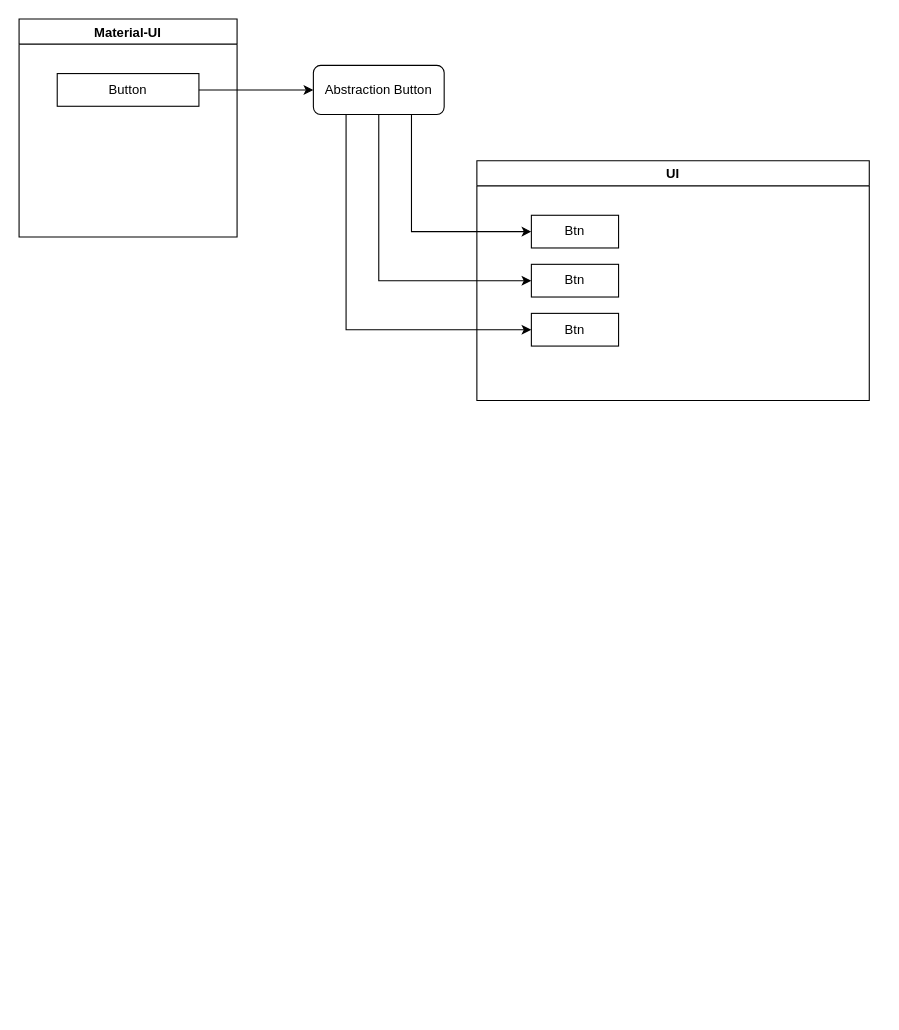
Before: abstraction-example.drawio in joseantunes-celfinet/git-demo, a draw.io diagram. Source tidied: cells renumbered, new cells numbered last; positions are measured from the earlier drawing's top-left corner, leaving out a move shared by most shapes. Both pictures are drawn from the tidied source at 109%, with x=0, y=0 at pixel (19, 19).
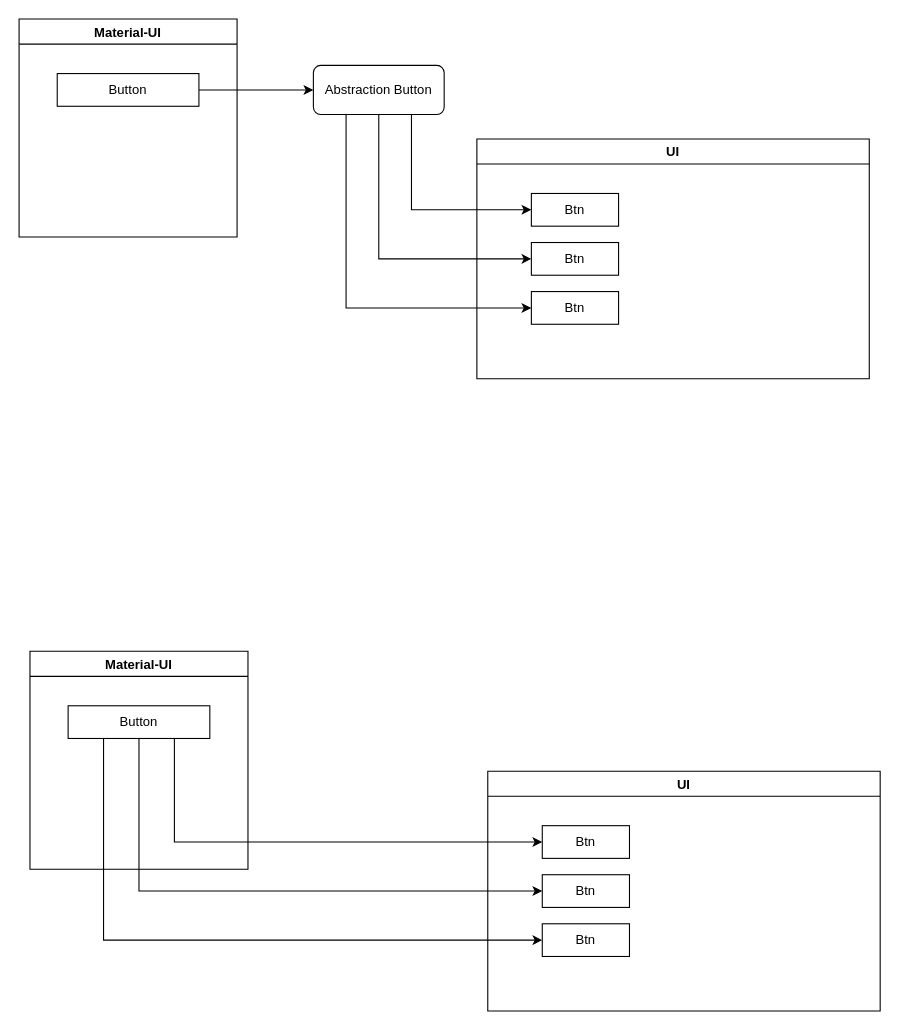
The same diagram, later.

What changed in the source:
```diff
@@
     <mxCell id="2" value="UI" style="swimlane;" parent="1" vertex="1">
-      <mxGeometry x="420" y="130" width="360" height="220" as="geometry" />
+      <mxGeometry x="420" y="110" width="360" height="220" as="geometry" />
     </mxCell>
@@
+    <mxCell id="15" value="UI" style="swimlane;" parent="1" vertex="1">
+      <mxGeometry x="430" y="690" width="360" height="220" as="geometry" />
+    </mxCell>
+    <mxCell id="16" value="Btn" style="rounded=0;whiteSpace=wrap;html=1;" parent="15" vertex="1">
+      <mxGeometry x="50" y="50" width="80" height="30" as="geometry" />
+    </mxCell>
+    <mxCell id="17" style="edgeStyle=orthogonalEdgeStyle;rounded=0;orthogonalLoop=1;jettySize=auto;html=1;exitX=0.5;exitY=1;exitDx=0;exitDy=0;" parent="15" edge="1" source="16" target="16">
+      <mxGeometry relative="1" as="geometry" />
+    </mxCell>
+    <mxCell id="18" value="Btn" style="rounded=0;whiteSpace=wrap;html=1;" parent="15" vertex="1">
+      <mxGeometry x="50" y="95" width="80" height="30" as="geometry" />
+    </mxCell>
+    <mxCell id="19" value="Btn" style="rounded=0;whiteSpace=wrap;html=1;" parent="15" vertex="1">
+      <mxGeometry x="50" y="140" width="80" height="30" as="geometry" />
+    </mxCell>
+    <mxCell id="20" value="Material-UI" style="swimlane;" parent="1" vertex="1">
+      <mxGeometry x="10" y="580" width="200" height="200" as="geometry" />
+    </mxCell>
+    <mxCell id="21" value="Button" style="rounded=0;whiteSpace=wrap;html=1;" parent="20" vertex="1">
+      <mxGeometry x="35" y="50" width="130" height="30" as="geometry" />
+    </mxCell>
+    <mxCell id="22" style="edgeStyle=orthogonalEdgeStyle;rounded=0;orthogonalLoop=1;jettySize=auto;html=1;exitX=0.5;exitY=1;exitDx=0;exitDy=0;" parent="20" edge="1" source="21" target="21">
+      <mxGeometry relative="1" as="geometry" />
+    </mxCell>
+    <mxCell id="23" style="edgeStyle=orthogonalEdgeStyle;rounded=0;jettySize=auto;html=1;entryX=0;entryY=0.5;entryDx=0;entryDy=0;" parent="1" edge="1" target="18">
+      <mxGeometry relative="1" as="geometry">
+        <mxPoint x="110" y="660" as="sourcePoint" />
+        <Array as="points">
+          <mxPoint x="110" y="660" />
+          <mxPoint x="110" y="800" />
+        </Array>
+      </mxGeometry>
+    </mxCell>
+    <mxCell id="24" style="edgeStyle=orthogonalEdgeStyle;rounded=0;jettySize=auto;html=1;exitX=0.75;exitY=1;exitDx=0;exitDy=0;entryX=0;entryY=0.5;entryDx=0;entryDy=0;" parent="1" edge="1" source="21" target="16">
+      <mxGeometry relative="1" as="geometry" />
+    </mxCell>
+    <mxCell id="25" style="edgeStyle=orthogonalEdgeStyle;rounded=0;jettySize=auto;html=1;exitX=0.25;exitY=1;exitDx=0;exitDy=0;entryX=0;entryY=0.5;entryDx=0;entryDy=0;" parent="1" edge="1" source="21" target="19">
+      <mxGeometry relative="1" as="geometry" />
+    </mxCell>
```
